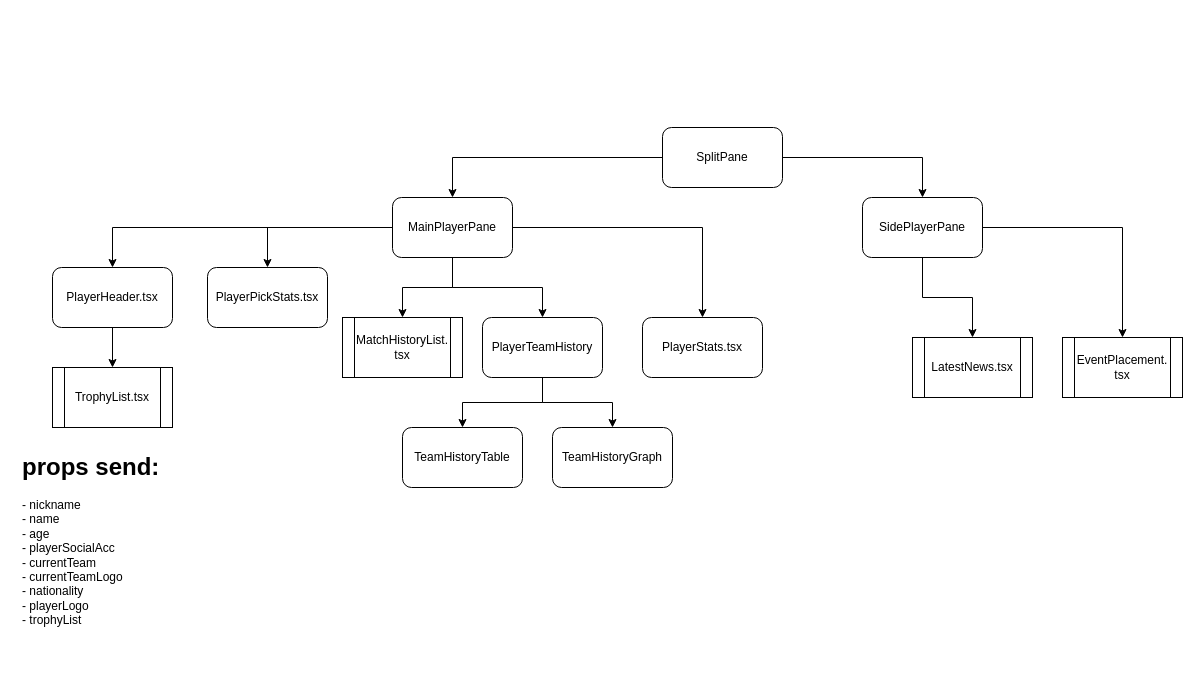
This is page "PlayerDetail.tsx" (2 of 3) of resources/frontend-diagram.drawio from dion26/ezml-site, a draw.io file, before an edit. Source tidied: cells renumbered, new cells numbered last; positions are measured from the earlier drawing's top-left corner, leaving out a move shared by most shapes. Both pictures are drawn from the tidied source at 100%, with x=0, y=0 at pixel (17, 127).
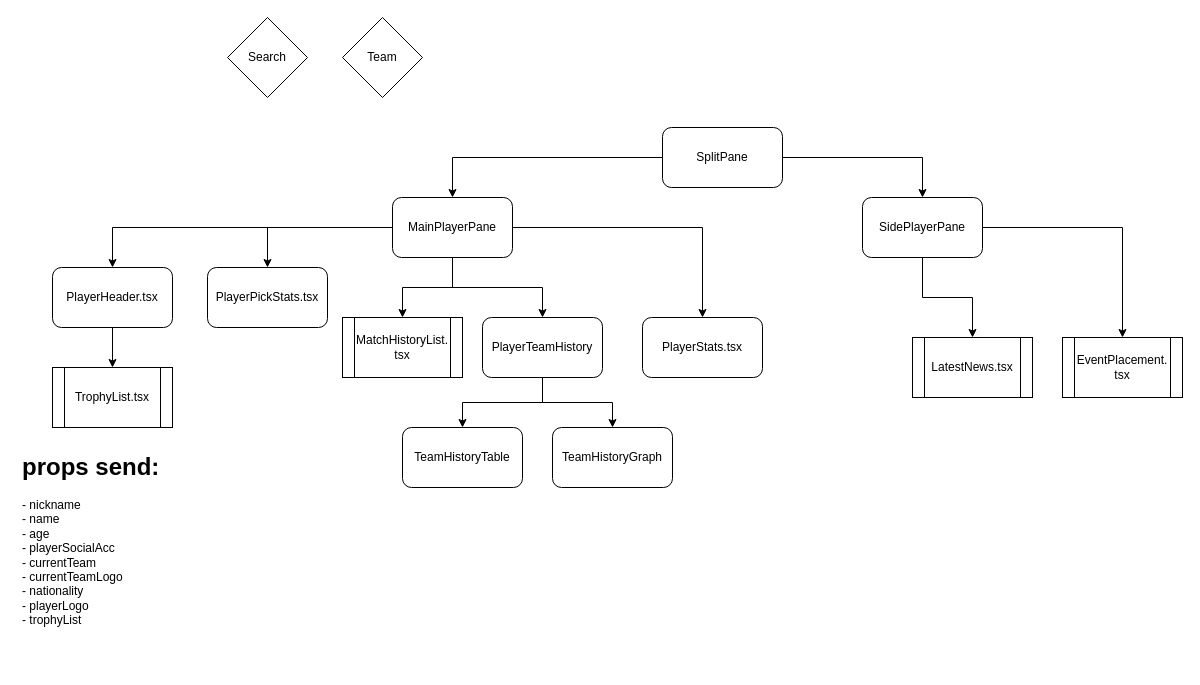
After the change.

Change to the diagram source:
```diff
@@
+    <mxCell id="28" value="Search" style="rhombus;whiteSpace=wrap;html=1;" parent="1" vertex="1">
+      <mxGeometry x="210" y="-110" width="80" height="80" as="geometry" />
+    </mxCell>
+    <mxCell id="29" value="Team" style="rhombus;whiteSpace=wrap;html=1;" parent="1" vertex="1">
+      <mxGeometry x="325" y="-110" width="80" height="80" as="geometry" />
+    </mxCell>
```
